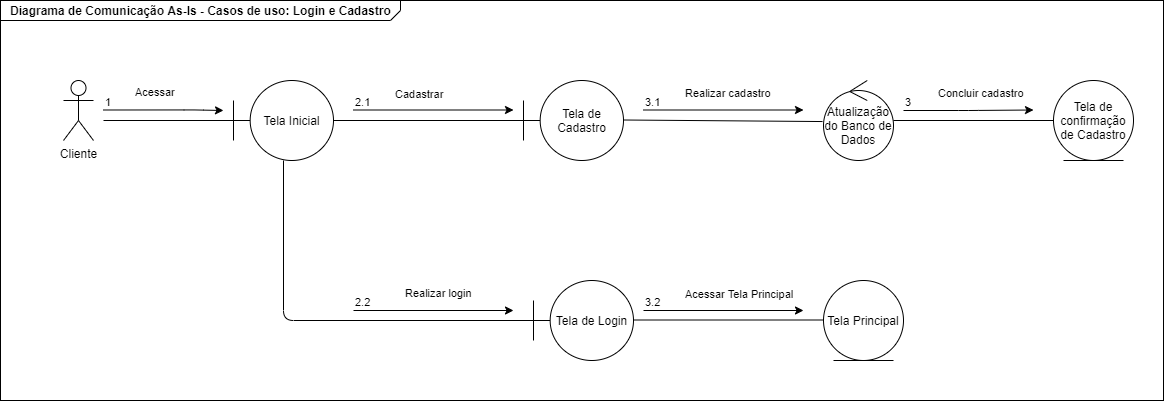
Before: docs/AsIs Login.png, a diagram exported from draw.io (dsm-cefet-rj/trabalho-integrado-2020-1-grupo-4). Source tidied: cells renumbered, new cells last; positions are measured from the earlier drawing's top-left corner, leaving out a move shared by most shapes. Source of this version:
```xml
<mxGraphModel>
  <root>
    <mxCell id="0" style="html=1;" />
    <mxCell id="1" style="html=1;" parent="0" />
    <mxCell id="2" value="&lt;p style=&quot;margin: 0px ; margin-top: 4px ; margin-left: 10px ; text-align: left&quot;&gt;&lt;b&gt;Diagrama de Comunicação As-Is - Casos de uso: Login e Cadastro&lt;/b&gt;&lt;/p&gt;" style="html=1;strokeWidth=1;shape=mxgraph.sysml.package;html=1;overflow=fill;whiteSpace=wrap;fillColor=none;gradientColor=none;fontSize=12;align=center;labelX=400;" parent="1" vertex="1">
      <mxGeometry width="1163" height="400" as="geometry" />
    </mxCell>
    <mxCell id="3" value="Cliente" style="shape=umlActor;verticalLabelPosition=bottom;verticalAlign=top;html=1;" parent="1" vertex="1">
      <mxGeometry x="63" y="80" width="30" height="60" as="geometry" />
    </mxCell>
    <mxCell id="4" value="Tela Inicial" style="shape=umlBoundary;whiteSpace=wrap;html=1;" parent="1" vertex="1">
      <mxGeometry x="233" y="80" width="100" height="80" as="geometry" />
    </mxCell>
    <mxCell id="5" style="endArrow=none;html=1;" parent="1" edge="1">
      <mxGeometry relative="1" as="geometry">
        <mxPoint x="103" y="120" as="sourcePoint" />
        <mxPoint x="233" y="120" as="targetPoint" />
      </mxGeometry>
    </mxCell>
    <mxCell id="6" value="Tela de Login" style="shape=umlBoundary;whiteSpace=wrap;html=1;" parent="1" vertex="1">
      <mxGeometry x="533" y="280" width="100" height="80" as="geometry" />
    </mxCell>
    <mxCell id="7" value="Tela Principal" style="ellipse;shape=umlEntity;whiteSpace=wrap;html=1;" parent="1" vertex="1">
      <mxGeometry x="823" y="280" width="80" height="80" as="geometry" />
    </mxCell>
    <mxCell id="8" style="endArrow=none;html=1;entryX=0;entryY=0.5;entryDx=0;entryDy=0;entryPerimeter=0;endFill=0;" parent="1" edge="1" target="13">
      <mxGeometry relative="1" as="geometry">
        <mxPoint x="333" y="120" as="sourcePoint" />
      </mxGeometry>
    </mxCell>
    <mxCell id="9" style="endArrow=none;html=1;endFill=0;" parent="1" edge="1" source="4" target="6">
      <mxGeometry relative="1" as="geometry">
        <Array as="points">
          <mxPoint x="283" y="320" />
        </Array>
      </mxGeometry>
    </mxCell>
    <mxCell id="10" value="Atualização do Banco de Dados" style="ellipse;shape=umlControl;whiteSpace=wrap;html=1;" parent="1" vertex="1">
      <mxGeometry x="823" y="80" width="70" height="80" as="geometry" />
    </mxCell>
    <mxCell id="11" value="Tela de confirmação de Cadastro" style="ellipse;shape=umlEntity;whiteSpace=wrap;html=1;" parent="1" vertex="1">
      <mxGeometry x="1053" y="80" width="80" height="80" as="geometry" />
    </mxCell>
    <mxCell id="12" style="endArrow=none;html=1;entryX=0;entryY=0.5;entryDx=0;entryDy=0;endFill=0;" parent="1" edge="1" source="10" target="11">
      <mxGeometry relative="1" as="geometry" />
    </mxCell>
    <mxCell id="13" value="Tela de Cadastro" style="shape=umlBoundary;whiteSpace=wrap;html=1;" parent="1" vertex="1">
      <mxGeometry x="523" y="80" width="100" height="80" as="geometry" />
    </mxCell>
    <mxCell id="14" value="Cadastrar" style="endArrow=classic;endFill=1;html=1;edgeStyle=orthogonalEdgeStyle;align=left;verticalAlign=top;" parent="1" edge="1">
      <mxGeometry x="-0.5" y="30" relative="1" as="geometry">
        <mxPoint x="353" y="109.5" as="sourcePoint" />
        <mxPoint x="513" y="109.5" as="targetPoint" />
        <mxPoint y="1" as="offset" />
      </mxGeometry>
    </mxCell>
    <mxCell id="15" value="2.1" style="edgeLabel;html=1;align=left;verticalAlign=bottom;" parent="14" vertex="1">
      <mxGeometry x="-1" relative="1" as="geometry" />
    </mxCell>
    <mxCell id="16" style="endArrow=none;html=1;endFill=0;entryX=-0.014;entryY=0.513;entryDx=0;entryDy=0;entryPerimeter=0;" parent="1" edge="1" target="10">
      <mxGeometry relative="1" as="geometry">
        <mxPoint x="623" y="119.5" as="sourcePoint" />
      </mxGeometry>
    </mxCell>
    <mxCell id="17" style="endArrow=none;html=1;entryX=0;entryY=0.5;entryDx=0;entryDy=0;entryPerimeter=0;endFill=0;" parent="1" edge="1">
      <mxGeometry relative="1" as="geometry">
        <mxPoint x="633" y="319.5" as="sourcePoint" />
        <mxPoint x="823" y="319.5" as="targetPoint" />
      </mxGeometry>
    </mxCell>
    <mxCell id="18" value="Realizar login" style="endArrow=classic;endFill=1;html=1;edgeStyle=orthogonalEdgeStyle;align=left;verticalAlign=top;" parent="1" edge="1">
      <mxGeometry x="-0.38" y="30" relative="1" as="geometry">
        <mxPoint x="353" y="310" as="sourcePoint" />
        <mxPoint x="513" y="310" as="targetPoint" />
      </mxGeometry>
    </mxCell>
    <mxCell id="19" value="2.2" style="edgeLabel;html=1;align=left;verticalAlign=bottom;" parent="18" vertex="1">
      <mxGeometry x="-1" relative="1" as="geometry" />
    </mxCell>
    <mxCell id="20" value="Realizar cadastro" style="endArrow=classic;endFill=1;html=1;edgeStyle=orthogonalEdgeStyle;align=left;verticalAlign=top;" parent="1" edge="1">
      <mxGeometry x="-0.5" y="30" relative="1" as="geometry">
        <mxPoint x="643" y="109.5" as="sourcePoint" />
        <mxPoint x="803" y="109.5" as="targetPoint" />
      </mxGeometry>
    </mxCell>
    <mxCell id="21" value="3.1" style="edgeLabel;html=1;align=left;verticalAlign=bottom;" parent="20" vertex="1">
      <mxGeometry x="-1" relative="1" as="geometry" />
    </mxCell>
    <mxCell id="22" value="Acessar Tela Principal" style="endArrow=classic;endFill=1;html=1;edgeStyle=orthogonalEdgeStyle;align=left;verticalAlign=top;" parent="1" edge="1">
      <mxGeometry x="-0.5" y="29" relative="1" as="geometry">
        <mxPoint x="643" y="310" as="sourcePoint" />
        <mxPoint x="803" y="310" as="targetPoint" />
      </mxGeometry>
    </mxCell>
    <mxCell id="23" value="3.2" style="edgeLabel;html=1;align=left;verticalAlign=bottom;" parent="22" vertex="1">
      <mxGeometry x="-1" relative="1" as="geometry" />
    </mxCell>
    <mxCell id="24" value="Acessar" style="endArrow=classic;endFill=1;html=1;edgeStyle=orthogonalEdgeStyle;align=left;verticalAlign=top;" parent="1" edge="1">
      <mxGeometry x="-0.5" y="30" relative="1" as="geometry">
        <mxPoint x="103" y="109.5" as="sourcePoint" />
        <mxPoint x="223" y="110" as="targetPoint" />
        <Array as="points">
          <mxPoint x="193" y="110" />
          <mxPoint x="193" y="110" />
        </Array>
      </mxGeometry>
    </mxCell>
    <mxCell id="25" value="1" style="edgeLabel;html=1;align=left;verticalAlign=bottom;" parent="24" vertex="1">
      <mxGeometry x="-1" relative="1" as="geometry" />
    </mxCell>
    <mxCell id="26" value="Concluir cadastro" style="endArrow=classic;endFill=1;html=1;edgeStyle=orthogonalEdgeStyle;align=left;verticalAlign=top;" parent="1" edge="1">
      <mxGeometry x="-0.5" y="30" relative="1" as="geometry">
        <mxPoint x="903" y="110" as="sourcePoint" />
        <mxPoint x="1033" y="109.5" as="targetPoint" />
        <Array as="points">
          <mxPoint x="968" y="110" />
        </Array>
      </mxGeometry>
    </mxCell>
    <mxCell id="27" value="3" style="edgeLabel;html=1;align=left;verticalAlign=bottom;" parent="26" vertex="1">
      <mxGeometry x="-1" relative="1" as="geometry" />
    </mxCell>
  </root>
</mxGraphModel>
```
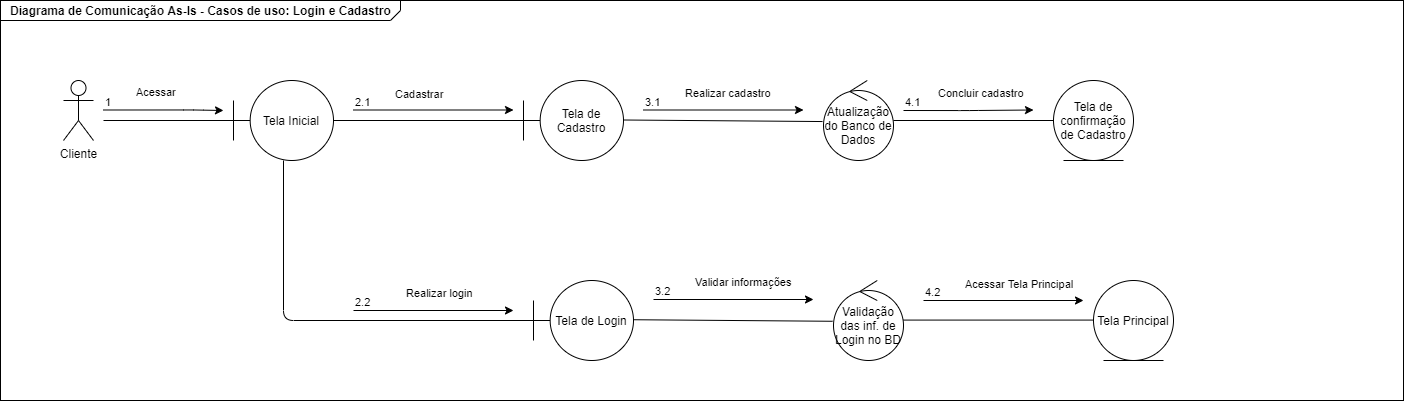
Later version of the same file.

Change to the diagram source:
```diff
@@ -3,7 +3,7 @@
     <mxCell id="0" style="html=1;" />
     <mxCell id="1" style="html=1;" parent="0" />
     <mxCell id="2" value="&lt;p style=&quot;margin: 0px ; margin-top: 4px ; margin-left: 10px ; text-align: left&quot;&gt;&lt;b&gt;Diagrama de Comunicação As-Is - Casos de uso: Login e Cadastro&lt;/b&gt;&lt;/p&gt;" style="html=1;strokeWidth=1;shape=mxgraph.sysml.package;html=1;overflow=fill;whiteSpace=wrap;fillColor=none;gradientColor=none;fontSize=12;align=center;labelX=400;" parent="1" vertex="1">
-      <mxGeometry width="1163" height="400" as="geometry" />
+      <mxGeometry width="1403" height="400" as="geometry" />
     </mxCell>
     <mxCell id="3" value="Cliente" style="shape=umlActor;verticalLabelPosition=bottom;verticalAlign=top;html=1;" parent="1" vertex="1">
       <mxGeometry x="63" y="80" width="30" height="60" as="geometry" />
@@ -21,7 +21,7 @@
       <mxGeometry x="533" y="280" width="100" height="80" as="geometry" />
     </mxCell>
     <mxCell id="7" value="Tela Principal" style="ellipse;shape=umlEntity;whiteSpace=wrap;html=1;" parent="1" vertex="1">
-      <mxGeometry x="823" y="280" width="80" height="80" as="geometry" />
+      <mxGeometry x="1093" y="280" width="80" height="80" as="geometry" />
     </mxCell>
     <mxCell id="8" style="endArrow=none;html=1;entryX=0;entryY=0.5;entryDx=0;entryDy=0;entryPerimeter=0;endFill=0;" parent="1" edge="1" target="13">
       <mxGeometry relative="1" as="geometry">
@@ -64,8 +64,8 @@
     </mxCell>
     <mxCell id="17" style="endArrow=none;html=1;entryX=0;entryY=0.5;entryDx=0;entryDy=0;entryPerimeter=0;endFill=0;" parent="1" edge="1">
       <mxGeometry relative="1" as="geometry">
-        <mxPoint x="633" y="319.5" as="sourcePoint" />
-        <mxPoint x="823" y="319.5" as="targetPoint" />
+        <mxPoint x="903" y="319.6" as="sourcePoint" />
+        <mxPoint x="1093" y="319.6" as="targetPoint" />
       </mxGeometry>
     </mxCell>
     <mxCell id="18" value="Realizar login" style="endArrow=classic;endFill=1;html=1;edgeStyle=orthogonalEdgeStyle;align=left;verticalAlign=top;" parent="1" edge="1">
@@ -88,11 +88,11 @@
     </mxCell>
     <mxCell id="22" value="Acessar Tela Principal" style="endArrow=classic;endFill=1;html=1;edgeStyle=orthogonalEdgeStyle;align=left;verticalAlign=top;" parent="1" edge="1">
       <mxGeometry x="-0.5" y="29" relative="1" as="geometry">
-        <mxPoint x="643" y="310" as="sourcePoint" />
-        <mxPoint x="803" y="310" as="targetPoint" />
+        <mxPoint x="923" y="300" as="sourcePoint" />
+        <mxPoint x="1083" y="300" as="targetPoint" />
       </mxGeometry>
     </mxCell>
-    <mxCell id="23" value="3.2" style="edgeLabel;html=1;align=left;verticalAlign=bottom;" parent="22" vertex="1">
+    <mxCell id="23" value="4.2" style="edgeLabel;html=1;align=left;verticalAlign=bottom;" parent="22" vertex="1">
       <mxGeometry x="-1" relative="1" as="geometry" />
     </mxCell>
     <mxCell id="24" value="Acessar" style="endArrow=classic;endFill=1;html=1;edgeStyle=orthogonalEdgeStyle;align=left;verticalAlign=top;" parent="1" edge="1">
@@ -117,8 +117,26 @@
         </Array>
       </mxGeometry>
     </mxCell>
-    <mxCell id="27" value="3" style="edgeLabel;html=1;align=left;verticalAlign=bottom;" parent="26" vertex="1">
+    <mxCell id="27" value="4.1" style="edgeLabel;html=1;align=left;verticalAlign=bottom;" parent="26" vertex="1">
       <mxGeometry x="-1" relative="1" as="geometry" />
     </mxCell>
+    <mxCell id="28" value="Validação das inf. de Login no BD" style="ellipse;shape=umlControl;whiteSpace=wrap;html=1;" parent="1" vertex="1">
+      <mxGeometry x="833" y="280" width="70" height="80" as="geometry" />
+    </mxCell>
+    <mxCell id="29" style="endArrow=none;html=1;endFill=0;entryX=-0.014;entryY=0.513;entryDx=0;entryDy=0;entryPerimeter=0;" parent="1" edge="1">
+      <mxGeometry relative="1" as="geometry">
+        <mxPoint x="633" y="319.2" as="sourcePoint" />
+        <mxPoint x="832" y="320.8" as="targetPoint" />
+      </mxGeometry>
+    </mxCell>
+    <mxCell id="30" value="Validar informações" style="endArrow=classic;endFill=1;html=1;edgeStyle=orthogonalEdgeStyle;align=left;verticalAlign=top;" parent="1" edge="1">
+      <mxGeometry x="-0.5" y="30" relative="1" as="geometry">
+        <mxPoint x="653" y="299" as="sourcePoint" />
+        <mxPoint x="813" y="299" as="targetPoint" />
+      </mxGeometry>
+    </mxCell>
+    <mxCell id="31" value="3.2" style="edgeLabel;html=1;align=left;verticalAlign=bottom;" parent="30" vertex="1">
+      <mxGeometry x="-1" relative="1" as="geometry" />
+    </mxCell>
   </root>
 </mxGraphModel>
```
